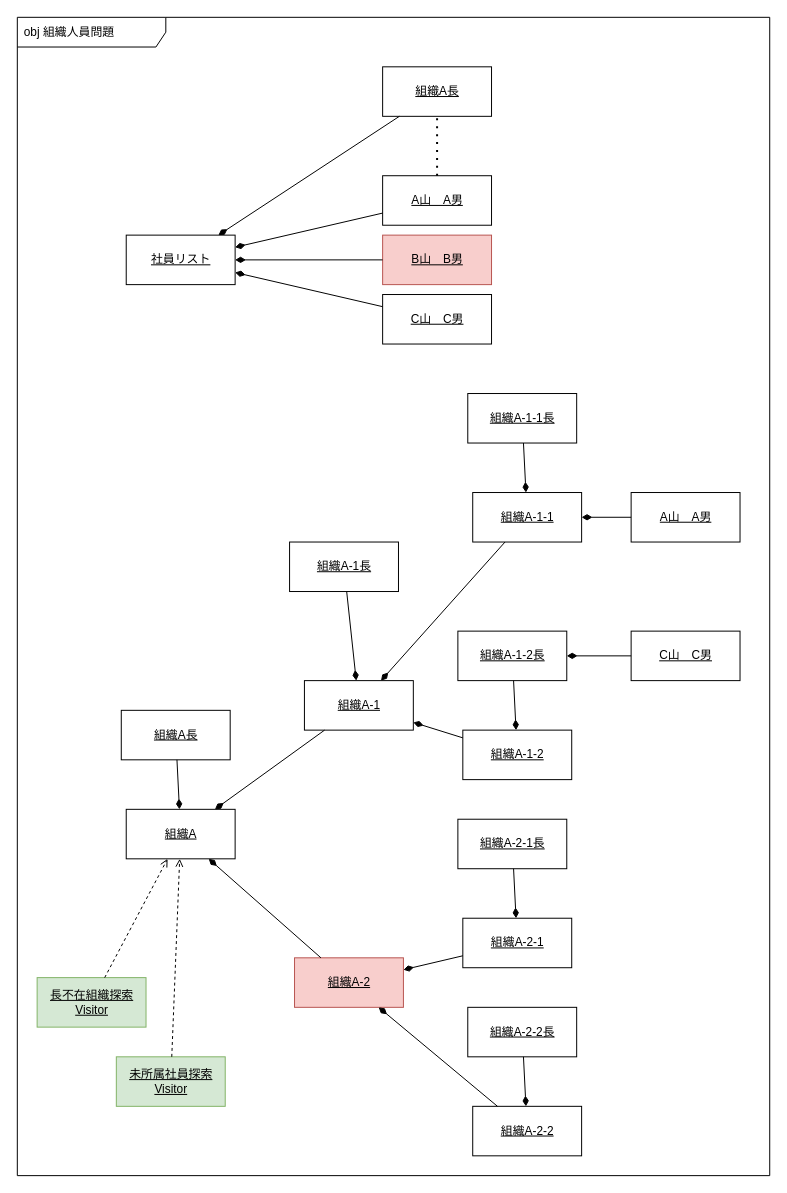
Before: page "社員異動" (4 of 4) of Designs/組織構成設計/organization_design.drawio in bosssanovar/LightMvvmSample, a draw.io diagram. Source tidied: cells renumbered, new cells numbered last; positions are measured from the earlier drawing's top-left corner, leaving out a move shared by most shapes. Both pictures are drawn from the tidied source at 99%, with x=0, y=0 at pixel (17, 17).
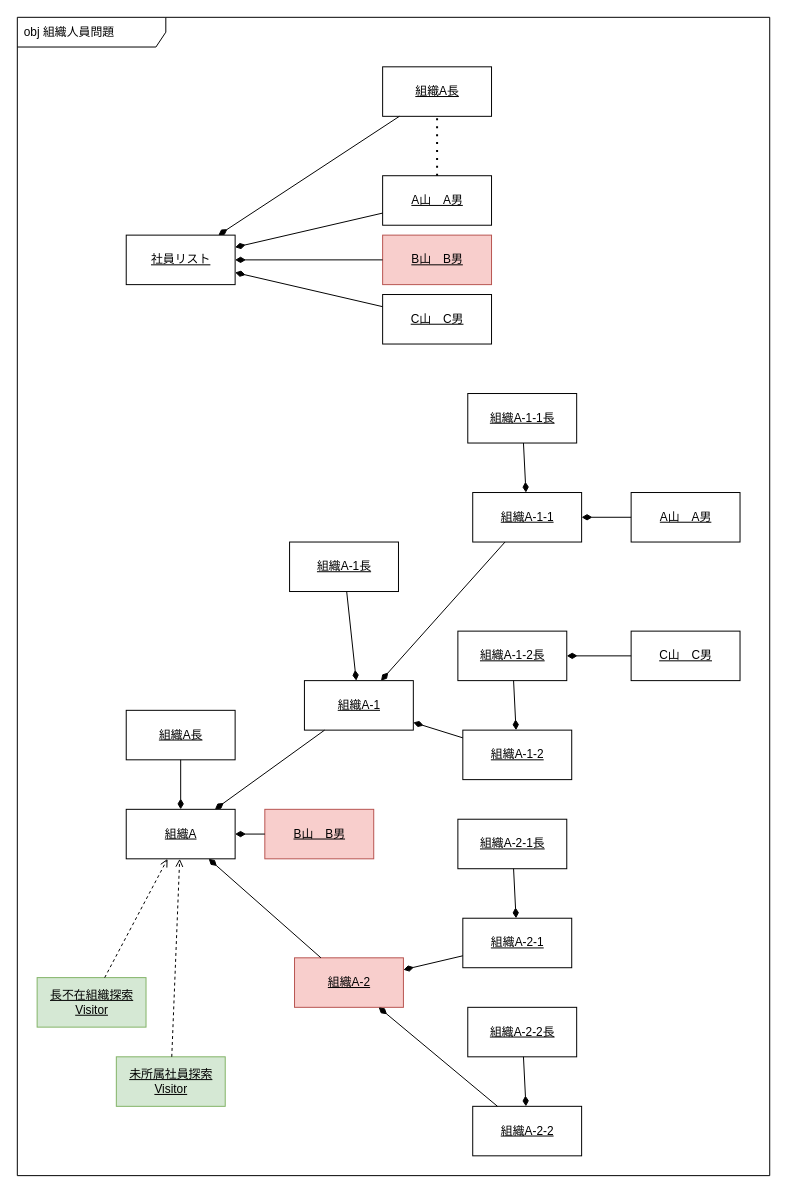
The same diagram, later.

The change refers to these unchanged cells:
```xml
<mxCell id="3" value="組織A" style="html=1;fontStyle=4;" parent="1" vertex="1">
  <mxGeometry x="110" y="800" width="110" height="50" as="geometry" />
</mxCell>
```

The edit, as a diff of the source:
```diff
@@
     <mxCell id="16" value="組織A長" style="html=1;fontStyle=4;" parent="1" vertex="1">
-      <mxGeometry x="105" y="700" width="110" height="50" as="geometry" />
+      <mxGeometry x="110" y="700" width="110" height="50" as="geometry" />
     </mxCell>
@@
+    <mxCell id="46" value="B山　B男" style="html=1;fontStyle=4;fillColor=#f8cecc;strokeColor=#b85450;" parent="1" vertex="1">
+      <mxGeometry x="250" y="800" width="110" height="50" as="geometry" />
+    </mxCell>
+    <mxCell id="47" style="endArrow=none;startArrow=diamondThin;endFill=0;startFill=1;html=1;verticalAlign=bottom;labelBackgroundColor=none;strokeWidth=1;startSize=8;endSize=8;" parent="1" edge="1" source="3" target="46">
+      <mxGeometry relative="1" as="geometry" />
+    </mxCell>
```
